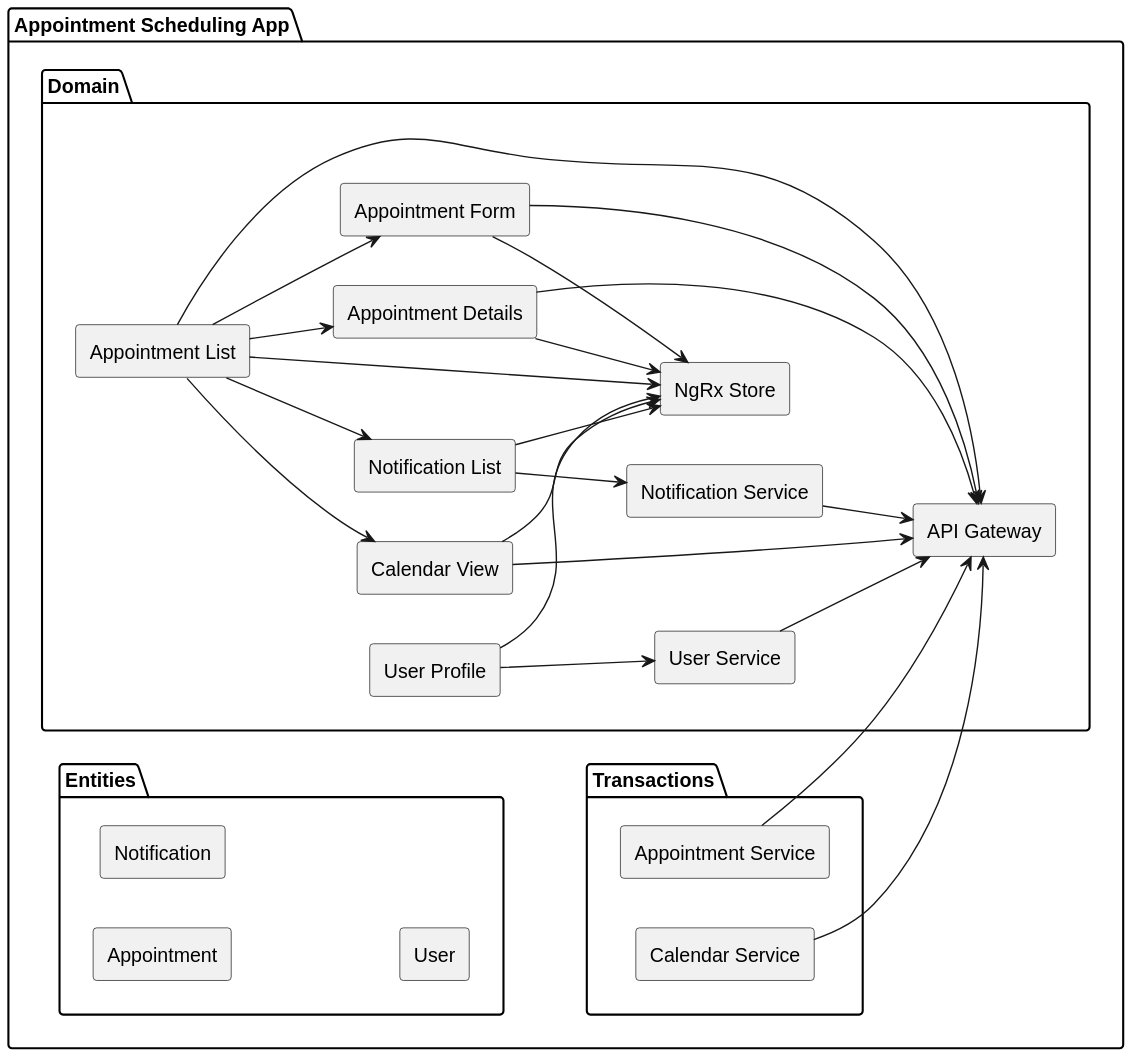
Earlier version of the PlantUML export docs/rendered/layers/client/APPOINTMENT_SCHEDULING.svg (tylermaginnis/BECS_SoftwareArchitecture). Its diagram source:
```plantuml
@startuml
skinparam componentStyle rectangle
left to right direction

package "Appointment Scheduling App" {
    package "Domain" {
        together {
            [Appointment List] --> [Appointment Details]
            [Appointment List] --> [Appointment Form]
            [Appointment List] --> [Calendar View]
            [Appointment List] --> [Notification List]
            [Appointment List] --> [API Gateway]
            [Appointment List] --> [NgRx Store]

            [Appointment Details] --> [API Gateway]
            [Appointment Details] --> [NgRx Store]

            [Appointment Form] --> [API Gateway]
            [Appointment Form] --> [NgRx Store]

            [Calendar View] --> [API Gateway]
            [Calendar View] --> [NgRx Store]

            [Notification List] --> [Notification Service]
            [Notification List] --> [NgRx Store]

            [User Profile] --> [User Service]
            [User Profile] --> [NgRx Store]
        }
    }

    package "Transactions" {
        together {
            [Appointment Service] --> [API Gateway]
            [Notification Service] --> [API Gateway]
            [User Service] --> [API Gateway]
            [Calendar Service] --> [API Gateway]
        }
    }

    package "Entities" {
        together {
            [Appointment]
            [Notification]
            [User]
        }
    }
}
@enduml
```
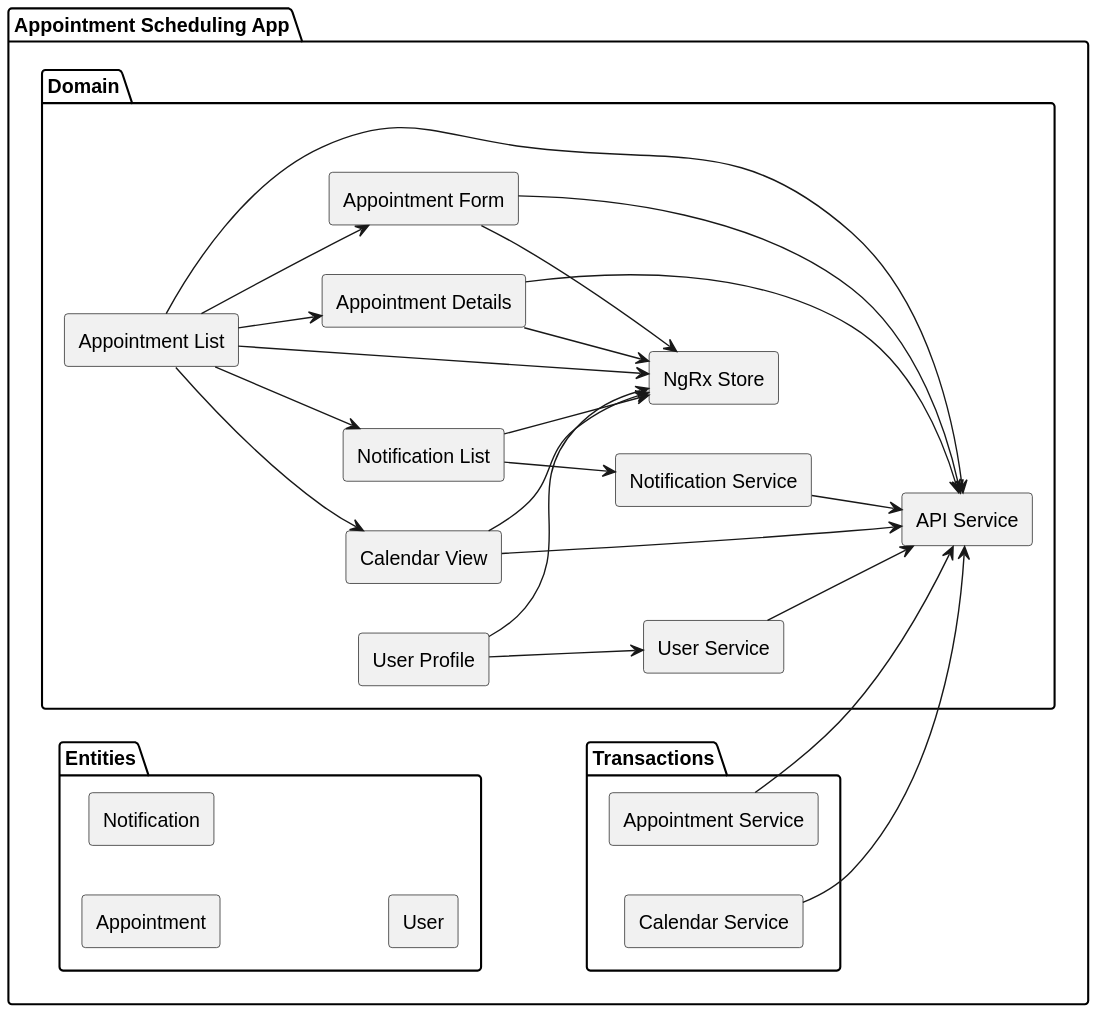
After the commit.

Commit message:
Remove overlapping arrows

The edit, as a diff of the source:
```diff
@@ -4,46 +4,40 @@
 
 package "Appointment Scheduling App" {
     package "Domain" {
-        together {
-            [Appointment List] --> [Appointment Details]
-            [Appointment List] --> [Appointment Form]
-            [Appointment List] --> [Calendar View]
-            [Appointment List] --> [Notification List]
-            [Appointment List] --> [API Gateway]
-            [Appointment List] --> [NgRx Store]
+        [Appointment List] -down-> [Appointment Details]
+        [Appointment List] -down-> [Appointment Form]
+        [Appointment List] -down-> [Calendar View]
+        [Appointment List] -down-> [Notification List]
+        [Appointment List] -down-> [API Service]
+        [Appointment List] -down-> [NgRx Store]
 
-            [Appointment Details] --> [API Gateway]
-            [Appointment Details] --> [NgRx Store]
+        [Appointment Details] -down-> [API Service]
+        [Appointment Details] -down-> [NgRx Store]
 
-            [Appointment Form] --> [API Gateway]
-            [Appointment Form] --> [NgRx Store]
+        [Appointment Form] -down-> [API Service]
+        [Appointment Form] -down-> [NgRx Store]
 
-            [Calendar View] --> [API Gateway]
-            [Calendar View] --> [NgRx Store]
+        [Calendar View] -down-> [API Service]
+        [Calendar View] -down-> [NgRx Store]
 
-            [Notification List] --> [Notification Service]
-            [Notification List] --> [NgRx Store]
+        [Notification List] -down-> [Notification Service]
+        [Notification List] -down-> [NgRx Store]
 
-            [User Profile] --> [User Service]
-            [User Profile] --> [NgRx Store]
-        }
+        [User Profile] -down-> [User Service]
+        [User Profile] -down-> [NgRx Store]
     }
 
     package "Transactions" {
-        together {
-            [Appointment Service] --> [API Gateway]
-            [Notification Service] --> [API Gateway]
-            [User Service] --> [API Gateway]
-            [Calendar Service] --> [API Gateway]
-        }
+        [Appointment Service] -down-> [API Service]
+        [Notification Service] -down-> [API Service]
+        [User Service] -down-> [API Service]
+        [Calendar Service] -down-> [API Service]
     }
 
     package "Entities" {
-        together {
-            [Appointment]
-            [Notification]
-            [User]
-        }
+        [Appointment]
+        [Notification]
+        [User]
     }
 }
 @enduml
```
